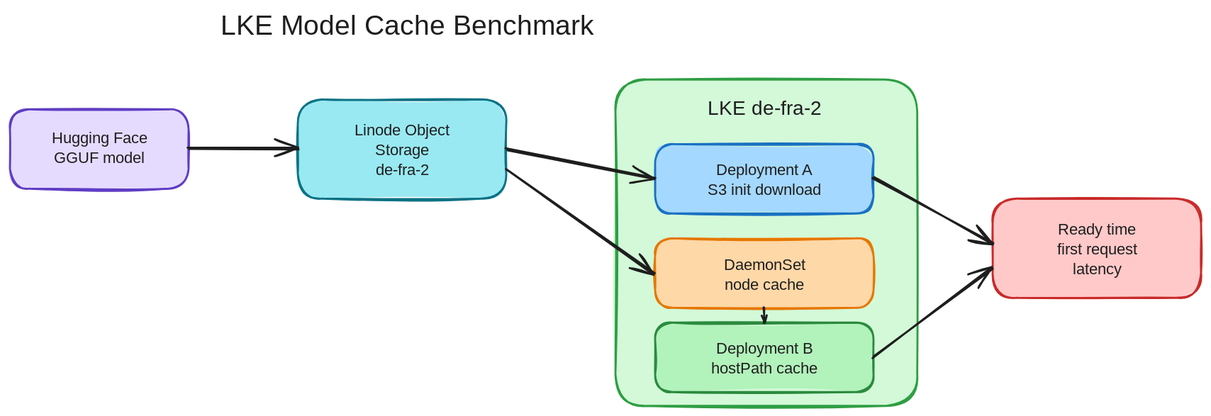
ram-pi/linode-playground keeps this Excalidraw diagram as lke-model-cache-benchmark/architecture.excalidraw.svg. Above is the earlier version. Source tidied: one line per element, renumbered; positions are measured from the earlier drawing's top-left corner, leaving out a move shared by most shapes.
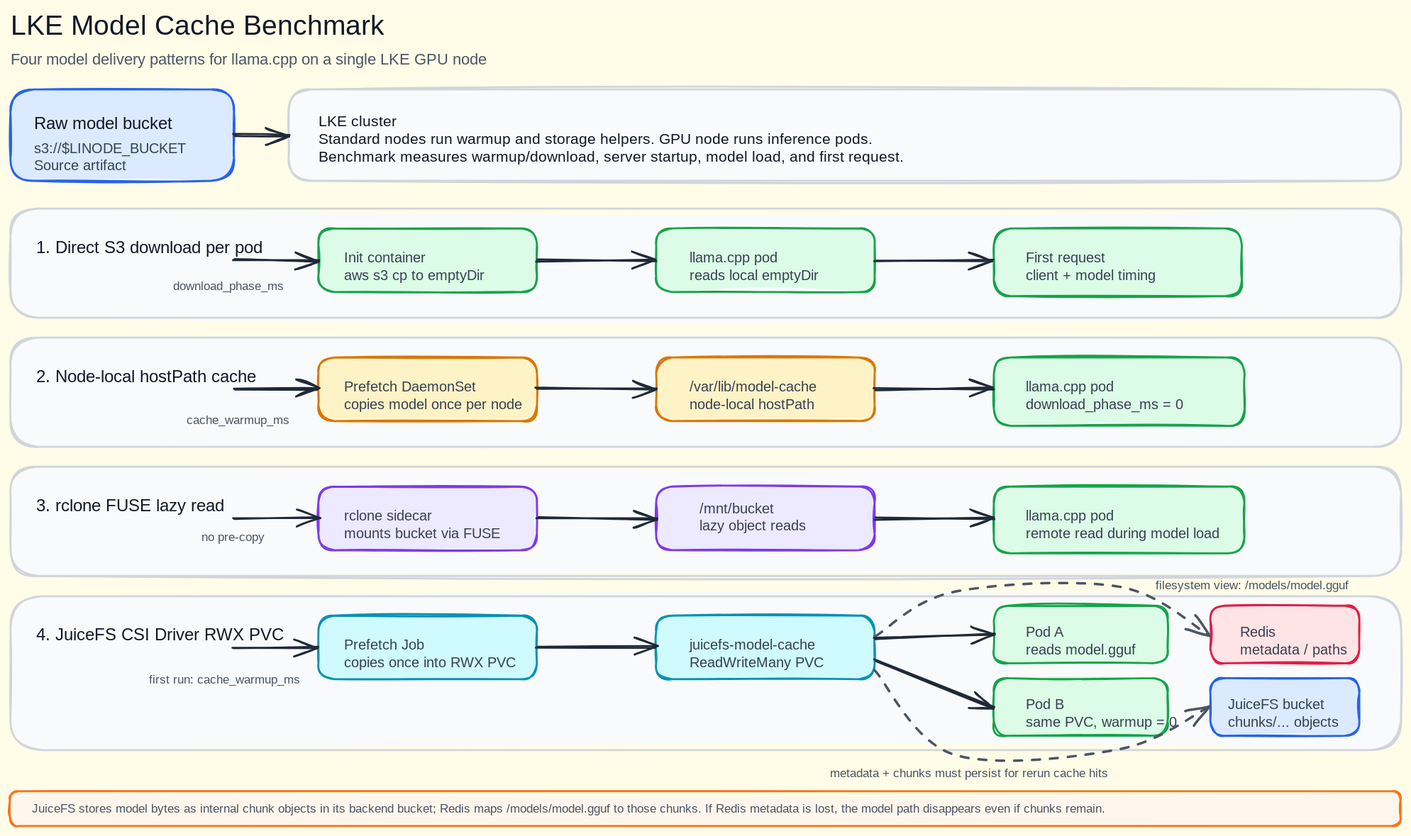
After the change.

Change to the diagram source:
```diff
@@ -1,21 +1,69 @@
-{"id": 0, "type": "text", "text": "LKE Model Cache Benchmark", "strokeColor": "#1e1e1e", "strokeWidth": 2, "roughness": 1, "fontSize": 28, "fontFamily": 5, "textAlign": "center", "x": 120, "y": 0, "width": 560, "height": 32}
+{"id": 0, "type": "text", "text": "LKE Model Cache Benchmark", "strokeColor": "#111827", "strokeWidth": 2, "roughness": 1, "fontSize": 28, "fontFamily": 5, "x": 0, "y": 15, "width": 508, "height": 35}
-{"id": 1, "type": "rectangle", "strokeColor": "#5f3dc4", "backgroundColor": "#e5dbff", "fillStyle": "solid", "strokeWidth": 2, "roughness": 1, "round": true, "x": 0, "y": 100, "width": 180, "height": 80}
-{"id": 2, "type": "text", "text": "Hugging Face\nGGUF model", "strokeColor": "#1e1e1e", "strokeWidth": 2, "roughness": 1, "fontSize": 16, "fontFamily": 5, "textAlign": "center", "verticalAlign": "middle", "x": 30, "y": 120, "width": 120, "height": 40}
-{"id": 3, "type": "rectangle", "strokeColor": "#0b7285", "backgroundColor": "#99e9f2", "fillStyle": "solid", "strokeWidth": 2, "roughness": 1, "round": true, "x": 290, "y": 90, "width": 210, "height": 100}
-{"id": 4, "type": "text", "text": "Linode Object\nStorage\nde-fra-2", "strokeColor": "#1e1e1e", "strokeWidth": 2, "roughness": 1, "fontSize": 16, "fontFamily": 5, "textAlign": "center", "verticalAlign": "middle", "x": 320, "y": 112, "width": 150, "height": 50}
-{"id": 5, "type": "rectangle", "strokeColor": "#2f9e44", "backgroundColor": "#d3f9d8", "fillStyle": "solid", "strokeWidth": 2, "roughness": 1, "round": true, "x": 610, "y": 70, "width": 304, "height": 329}
-{"id": 6, "type": "text", "text": "LKE de-fra-2", "strokeColor": "#1e1e1e", "strokeWidth": 2, "roughness": 1, "fontSize": 20, "fontFamily": 5, "textAlign": "center", "x": 680, "y": 88, "width": 160, "height": 24}
-{"id": 7, "type": "rectangle", "strokeColor": "#1971c2", "backgroundColor": "#a5d8ff", "fillStyle": "solid", "strokeWidth": 2, "roughness": 1, "round": true, "x": 650, "y": 135, "width": 220, "height": 70}
-{"id": 8, "type": "text", "text": "Deployment A\nS3 init download", "strokeColor": "#1e1e1e", "strokeWidth": 2, "roughness": 1, "fontSize": 16, "fontFamily": 5, "textAlign": "center", "verticalAlign": "middle", "x": 675, "y": 152, "width": 170, "height": 36}
-{"id": 9, "type": "rectangle", "strokeColor": "#e67700", "backgroundColor": "#ffd8a8", "fillStyle": "solid", "strokeWidth": 2, "roughness": 1, "round": true, "x": 650, "y": 230, "width": 220, "height": 70}
-{"id": 10, "type": "text", "text": "DaemonSet\nnode cache", "strokeColor": "#1e1e1e", "strokeWidth": 2, "roughness": 1, "fontSize": 16, "fontFamily": 5, "textAlign": "center", "verticalAlign": "middle", "x": 685, "y": 248, "width": 150, "height": 36}
-{"id": 11, "type": "rectangle", "strokeColor": "#2b8a3e", "backgroundColor": "#b2f2bb", "fillStyle": "solid", "strokeWidth": 2, "roughness": 1, "round": true, "x": 650, "y": 315, "width": 220, "height": 70}
-{"id": 12, "type": "text", "text": "Deployment B\nhostPath cache", "strokeColor": "#1e1e1e", "strokeWidth": 2, "roughness": 1, "fontSize": 16, "fontFamily": 5, "textAlign": "center", "verticalAlign": "middle", "x": 680, "y": 332, "width": 160, "height": 36}
-{"id": 13, "type": "rectangle", "strokeColor": "#c92a2a", "backgroundColor": "#ffc9c9", "fillStyle": "solid", "strokeWidth": 2, "roughness": 1, "round": true, "x": 990, "y": 190, "width": 210, "height": 100}
-{"id": 14, "type": "text", "text": "Ready time\nfirst request\nlatency", "strokeColor": "#1e1e1e", "strokeWidth": 2, "roughness": 1, "fontSize": 16, "fontFamily": 5, "textAlign": "center", "verticalAlign": "middle", "x": 1020, "y": 212, "width": 150, "height": 50}
+{"id": 21, "type": "text", "text": "Four model delivery patterns for llama.cpp on a single LKE GPU node", "strokeColor": "#4b5563", "strokeWidth": 2, "roughness": 1, "fontSize": 16, "fontFamily": 5, "x": 0, "y": 56, "width": 620, "height": 20}
+{"id": 22, "type": "rectangle", "strokeColor": "#2563eb", "backgroundColor": "#dbeafe", "fillStyle": "solid", "strokeWidth": 2, "roughness": 1, "round": true, "x": 0, "y": 95, "width": 225, "height": 92}
+{"id": 23, "type": "text", "text": "Raw model bucket", "strokeColor": "#111827", "strokeWidth": 2, "roughness": 1, "fontSize": 17, "fontFamily": 5, "x": 24, "y": 120, "width": 147, "height": 21}
+{"id": 24, "type": "text", "text": "s3://$LINODE_BUCKET\nSource artifact", "strokeColor": "#374151", "strokeWidth": 2, "roughness": 1, "fontSize": 14, "fontFamily": 5, "x": 24, "y": 147, "width": 168, "height": 35}
+{"id": 25, "type": "rectangle", "strokeColor": "#d1d5db", "backgroundColor": "#f9fafb", "fillStyle": "solid", "strokeWidth": 2, "roughness": 1, "round": true, "x": 280, "y": 95, "width": 1120, "height": 92}
+{"id": 26, "type": "text", "text": "LKE cluster\nStandard nodes run warmup and storage helpers. GPU node runs inference pods.\nBenchmark measures warmup/download, server startup, model load, and first request.", "strokeColor": "#111827", "strokeWidth": 2, "roughness": 1, "fontSize": 15, "fontFamily": 5, "x": 310, "y": 119, "width": 807, "height": 54}
+{"id": 27, "type": "arrow", "strokeColor": "#1f2937", "strokeWidth": 2, "roughness": 1, "endArrowhead": "arrow", "round": true, "x": 225, "y": 141, "width": 55, "height": 0, "points": [[0, 0], [55, 0]]}
+{"id": 28, "type": "rectangle", "strokeColor": "#d1d5db", "backgroundColor": "#f9fafb", "fillStyle": "solid", "strokeWidth": 2, "roughness": 1, "round": true, "x": 0, "y": 215, "width": 1400, "height": 110}
+{"id": 29, "type": "text", "text": "1. Direct S3 download per pod", "strokeColor": "#111827", "strokeWidth": 2, "roughness": 1, "fontSize": 17, "fontFamily": 5, "x": 26, "y": 245, "width": 260, "height": 22}
+{"id": 30, "type": "rectangle", "strokeColor": "#16a34a", "backgroundColor": "#dcfce7", "fillStyle": "solid", "strokeWidth": 2, "roughness": 1, "round": true, "x": 310, "y": 235, "width": 220, "height": 64}
+{"id": 31, "type": "text", "text": "Init container\naws s3 cp to emptyDir", "strokeColor": "#374151", "strokeWidth": 2, "roughness": 1, "fontSize": 14, "fontFamily": 5, "x": 336, "y": 257, "width": 154, "height": 36}
+{"id": 32, "type": "rectangle", "strokeColor": "#16a34a", "backgroundColor": "#dcfce7", "fillStyle": "solid", "strokeWidth": 2, "roughness": 1, "round": true, "x": 650, "y": 235, "width": 220, "height": 64}
+{"id": 33, "type": "text", "text": "llama.cpp pod\nreads local emptyDir", "strokeColor": "#374151", "strokeWidth": 2, "roughness": 1, "fontSize": 14, "fontFamily": 5, "x": 684, "y": 257, "width": 132, "height": 36}
+{"id": 34, "type": "rectangle", "strokeColor": "#16a34a", "backgroundColor": "#dcfce7", "fillStyle": "solid", "strokeWidth": 2, "roughness": 1, "round": true, "x": 990, "y": 235, "width": 250, "height": 68}
+{"id": 35, "type": "text", "text": "First request\nclient + model timing", "strokeColor": "#374151", "strokeWidth": 2, "roughness": 1, "fontSize": 14, "fontFamily": 5, "x": 1022, "y": 257, "width": 137, "height": 35}
+{"id": 36, "type": "rectangle", "strokeColor": "#d1d5db", "backgroundColor": "#f9fafb", "fillStyle": "solid", "strokeWidth": 2, "roughness": 1, "round": true, "x": 0, "y": 345, "width": 1400, "height": 110}
+{"id": 37, "type": "text", "text": "2. Node-local hostPath cache", "strokeColor": "#111827", "strokeWidth": 2, "roughness": 1, "fontSize": 17, "fontFamily": 5, "x": 26, "y": 375, "width": 255, "height": 22}
+{"id": 38, "type": "rectangle", "strokeColor": "#d97706", "backgroundColor": "#fef3c7", "fillStyle": "solid", "strokeWidth": 2, "roughness": 1, "round": true, "x": 310, "y": 365, "width": 220, "height": 64}
+{"id": 39, "type": "text", "text": "Prefetch DaemonSet\ncopies model once per node", "strokeColor": "#374151", "strokeWidth": 2, "roughness": 1, "fontSize": 14, "fontFamily": 5, "x": 336, "y": 387, "width": 166, "height": 36}
+{"id": 40, "type": "rectangle", "strokeColor": "#d97706", "backgroundColor": "#fef3c7", "fillStyle": "solid", "strokeWidth": 2, "roughness": 1, "round": true, "x": 650, "y": 365, "width": 220, "height": 64}
+{"id": 41, "type": "text", "text": "/var/lib/model-cache\nnode-local hostPath", "strokeColor": "#374151", "strokeWidth": 2, "roughness": 1, "fontSize": 14, "fontFamily": 5, "x": 684, "y": 387, "width": 146, "height": 36}
+{"id": 42, "type": "rectangle", "strokeColor": "#16a34a", "backgroundColor": "#dcfce7", "fillStyle": "solid", "strokeWidth": 2, "roughness": 1, "round": true, "x": 990, "y": 365, "width": 253, "height": 69}
+{"id": 43, "type": "text", "text": "llama.cpp pod\ndownload_phase_ms = 0", "strokeColor": "#374151", "strokeWidth": 2, "roughness": 1, "fontSize": 14, "fontFamily": 5, "x": 1022, "y": 387, "width": 164, "height": 35}
+{"id": 44, "type": "rectangle", "strokeColor": "#d1d5db", "backgroundColor": "#f9fafb", "fillStyle": "solid", "strokeWidth": 2, "roughness": 1, "round": true, "x": 0, "y": 475, "width": 1400, "height": 110}
+{"id": 45, "type": "text", "text": "3. rclone FUSE lazy read", "strokeColor": "#111827", "strokeWidth": 2, "roughness": 1, "fontSize": 17, "fontFamily": 5, "x": 26, "y": 505, "width": 214, "height": 22}
+{"id": 46, "type": "rectangle", "strokeColor": "#7c3aed", "backgroundColor": "#ede9fe", "fillStyle": "solid", "strokeWidth": 2, "roughness": 1, "round": true, "x": 310, "y": 495, "width": 220, "height": 64}
+{"id": 47, "type": "text", "text": "rclone sidecar\nmounts bucket via FUSE", "strokeColor": "#374151", "strokeWidth": 2, "roughness": 1, "fontSize": 14, "fontFamily": 5, "x": 336, "y": 517, "width": 167, "height": 35}
+{"id": 48, "type": "rectangle", "strokeColor": "#7c3aed", "backgroundColor": "#ede9fe", "fillStyle": "solid", "strokeWidth": 2, "roughness": 1, "round": true, "x": 650, "y": 495, "width": 220, "height": 64}
+{"id": 49, "type": "text", "text": "/mnt/bucket\nlazy object reads", "strokeColor": "#374151", "strokeWidth": 2, "roughness": 1, "fontSize": 14, "fontFamily": 5, "x": 694, "y": 509, "width": 113, "height": 36}
+{"id": 50, "type": "rectangle", "strokeColor": "#16a34a", "backgroundColor": "#dcfce7", "fillStyle": "solid", "strokeWidth": 2, "roughness": 1, "round": true, "x": 990, "y": 495, "width": 252, "height": 67}
+{"id": 51, "type": "text", "text": "llama.cpp pod\nremote read during model load", "strokeColor": "#374151", "strokeWidth": 2, "roughness": 1, "fontSize": 14, "fontFamily": 5, "x": 1022, "y": 517, "width": 204, "height": 35}
+{"id": 52, "type": "rectangle", "strokeColor": "#d1d5db", "backgroundColor": "#f9fafb", "fillStyle": "solid", "strokeWidth": 2, "roughness": 1, "round": true, "x": 0, "y": 605, "width": 1400, "height": 155}
+{"id": 53, "type": "text", "text": "4. JuiceFS CSI Driver RWX PVC", "strokeColor": "#111827", "strokeWidth": 2, "roughness": 1, "fontSize": 17, "fontFamily": 5, "x": 26, "y": 635, "width": 282, "height": 22}
+{"id": 54, "type": "rectangle", "strokeColor": "#0891b2", "backgroundColor": "#cffafe", "fillStyle": "solid", "strokeWidth": 2, "roughness": 1, "round": true, "x": 310, "y": 625, "width": 220, "height": 64}
+{"id": 55, "type": "text", "text": "Prefetch Job\ncopies once into RWX PVC", "strokeColor": "#374151", "strokeWidth": 2, "roughness": 1, "fontSize": 14, "fontFamily": 5, "x": 336, "y": 647, "width": 170, "height": 36}
+{"id": 56, "type": "rectangle", "strokeColor": "#0891b2", "backgroundColor": "#cffafe", "fillStyle": "solid", "strokeWidth": 2, "roughness": 1, "round": true, "x": 650, "y": 625, "width": 220, "height": 64}
+{"id": 57, "type": "text", "text": "juicefs-model-cache\nReadWriteMany PVC", "strokeColor": "#374151", "strokeWidth": 2, "roughness": 1, "fontSize": 14, "fontFamily": 5, "x": 684, "y": 647, "width": 148, "height": 36}
+{"id": 58, "type": "rectangle", "strokeColor": "#16a34a", "backgroundColor": "#dcfce7", "fillStyle": "solid", "strokeWidth": 2, "roughness": 1, "round": true, "x": 990, "y": 615, "width": 175, "height": 58}
+{"id": 59, "type": "text", "text": "Pod A\nreads model.gguf", "strokeColor": "#374151", "strokeWidth": 2, "roughness": 1, "fontSize": 14, "fontFamily": 5, "x": 1022, "y": 634, "width": 104, "height": 35}
+{"id": 60, "type": "rectangle", "strokeColor": "#16a34a", "backgroundColor": "#dcfce7", "fillStyle": "solid", "strokeWidth": 2, "roughness": 1, "round": true, "x": 990, "y": 688, "width": 175, "height": 58}
+{"id": 61, "type": "text", "text": "Pod B\nsame PVC, warmup = 0", "strokeColor": "#374151", "strokeWidth": 2, "roughness": 1, "fontSize": 14, "fontFamily": 5, "x": 1022, "y": 707, "width": 120, "height": 35}
+{"id": 62, "type": "rectangle", "strokeColor": "#e11d48", "backgroundColor": "#ffe4e6", "fillStyle": "solid", "strokeWidth": 2, "roughness": 1, "round": true, "x": 1208, "y": 615, "width": 150, "height": 58}
+{"id": 63, "type": "text", "text": "Redis\nmetadata / paths", "strokeColor": "#374151", "strokeWidth": 2, "roughness": 1, "fontSize": 14, "fontFamily": 5, "x": 1238, "y": 634, "width": 98, "height": 35}
+{"id": 64, "type": "rectangle", "strokeColor": "#2563eb", "backgroundColor": "#dbeafe", "fillStyle": "solid", "strokeWidth": 2, "roughness": 1, "round": true, "x": 1208, "y": 688, "width": 150, "height": 58}
+{"id": 65, "type": "text", "text": "JuiceFS bucket\nchunks/... objects", "strokeColor": "#374151", "strokeWidth": 2, "roughness": 1, "fontSize": 14, "fontFamily": 5, "x": 1226, "y": 707, "width": 118, "height": 35}
+{"id": 66, "type": "rectangle", "strokeColor": "#f97316", "backgroundColor": "#fff7ed", "fillStyle": "solid", "strokeWidth": 2, "roughness": 1, "round": true, "x": -1, "y": 802, "width": 1400, "height": 35}
+{"id": 67, "type": "text", "text": "JuiceFS stores model bytes as internal chunk objects in its backend bucket; Redis maps /models/model.gguf to those chunks. If Redis metadata is lost, the model path disappears even if chunks remain.", "strokeColor": "#4b5563", "strokeWidth": 2, "roughness": 1, "fontSize": 12, "fontFamily": 5, "x": 21, "y": 813, "width": 1184, "height": 15}
-{"id": 15, "type": "arrow", "strokeColor": "#1e1e1e", "strokeWidth": 2, "roughness": 1, "endArrowhead": "arrow", "round": true, "x": 180, "y": 140, "width": 110, "height": 0, "points": [[0, 0], [110, 0]]}
+{"id": 15, "type": "arrow", "strokeColor": "#1f2937", "strokeWidth": 2, "roughness": 1, "endArrowhead": "arrow", "round": true, "x": 225, "y": 267, "width": 85, "height": 0, "points": [[0, 0], [85, 0]]}
-{"id": 16, "type": "arrow", "strokeColor": "#1e1e1e", "strokeWidth": 2, "roughness": 1, "endArrowhead": "arrow", "round": true, "x": 500, "y": 140, "width": 150, "height": 30, "points": [[0, 0], [150, 30]]}
+{"id": 16, "type": "arrow", "strokeColor": "#1f2937", "strokeWidth": 2, "roughness": 1, "endArrowhead": "arrow", "round": true, "x": 530, "y": 267, "width": 120, "height": 0, "points": [[0, 0], [120, 0]]}
-{"id": 17, "type": "arrow", "strokeColor": "#1e1e1e", "strokeWidth": 2, "roughness": 1, "endArrowhead": "arrow", "round": true, "x": 500, "y": 160, "width": 150, "height": 105, "points": [[0, 0], [150, 105]]}
+{"id": 17, "type": "arrow", "strokeColor": "#1f2937", "strokeWidth": 2, "roughness": 1, "endArrowhead": "arrow", "round": true, "x": 870, "y": 267, "width": 120, "height": 0, "points": [[0, 0], [120, 0]]}
-{"id": 18, "type": "arrow", "strokeColor": "#1e1e1e", "strokeWidth": 2, "roughness": 1, "endArrowhead": "arrow", "round": true, "x": 760, "y": 300, "width": 0, "height": 15, "points": [[0, 0], [0, 15]]}
+{"id": 18, "type": "arrow", "strokeColor": "#1f2937", "strokeWidth": 2, "roughness": 1, "endArrowhead": "arrow", "round": true, "x": 225, "y": 397, "width": 85, "height": 0, "points": [[0, 0], [85, 0]]}
-{"id": 19, "type": "arrow", "strokeColor": "#1e1e1e", "strokeWidth": 2, "roughness": 1, "endArrowhead": "arrow", "round": true, "x": 870, "y": 170, "width": 120, "height": 65, "points": [[0, 0], [120, 65]]}
+{"id": 19, "type": "arrow", "strokeColor": "#1f2937", "strokeWidth": 2, "roughness": 1, "endArrowhead": "arrow", "round": true, "x": 530, "y": 397, "width": 120, "height": 0, "points": [[0, 0], [120, 0]]}
-{"id": 20, "type": "arrow", "strokeColor": "#1e1e1e", "strokeWidth": 2, "roughness": 1, "endArrowhead": "arrow", "round": true, "x": 870, "y": 350, "width": 120, "height": 90, "points": [[0, 0], [120, -90]]}
+{"id": 20, "type": "arrow", "strokeColor": "#1f2937", "strokeWidth": 2, "roughness": 1, "endArrowhead": "arrow", "round": true, "x": 870, "y": 397, "width": 120, "height": 0, "points": [[0, 0], [120, 0]]}
+{"id": 68, "type": "arrow", "strokeColor": "#1f2937", "strokeWidth": 2, "roughness": 1, "endArrowhead": "arrow", "round": true, "x": 225, "y": 527, "width": 85, "height": 0, "points": [[0, 0], [85, 0]]}
+{"id": 69, "type": "arrow", "strokeColor": "#1f2937", "strokeWidth": 2, "roughness": 1, "endArrowhead": "arrow", "round": true, "x": 530, "y": 527, "width": 120, "height": 0, "points": [[0, 0], [120, 0]]}
+{"id": 70, "type": "arrow", "strokeColor": "#1f2937", "strokeWidth": 2, "roughness": 1, "endArrowhead": "arrow", "round": true, "x": 870, "y": 527, "width": 120, "height": 0, "points": [[0, 0], [120, 0]]}
+{"id": 71, "type": "arrow", "strokeColor": "#1f2937", "strokeWidth": 2, "roughness": 1, "endArrowhead": "arrow", "round": true, "x": 225, "y": 657, "width": 85, "height": 0, "points": [[0, 0], [85, 0]]}
+{"id": 72, "type": "arrow", "strokeColor": "#1f2937", "strokeWidth": 2, "roughness": 1, "endArrowhead": "arrow", "round": true, "x": 530, "y": 657, "width": 120, "height": 0, "points": [[0, 0], [120, 0]]}
+{"id": 73, "type": "arrow", "strokeColor": "#1f2937", "strokeWidth": 2, "roughness": 1, "endArrowhead": "arrow", "round": true, "x": 870, "y": 649, "width": 120, "height": 5, "points": [[0, 0], [120, -5]]}
+{"id": 74, "type": "arrow", "strokeColor": "#1f2937", "strokeWidth": 2, "roughness": 1, "endArrowhead": "arrow", "round": true, "x": 870, "y": 670, "width": 120, "height": 47, "points": [[0, 0], [120, 47]]}
+{"id": 75, "type": "arrow", "strokeColor": "#4b5563", "strokeWidth": 2, "strokeStyle": "dashed", "roughness": 1, "endArrowhead": "arrow", "round": true, "x": 870, "y": 645, "width": 338, "height": 48, "points": [[0, 0], [80, -45], [245, -48], [338, -1]]}
+{"id": 76, "type": "arrow", "strokeColor": "#4b5563", "strokeWidth": 2, "strokeStyle": "dashed", "roughness": 1, "endArrowhead": "arrow", "round": true, "x": 870, "y": 680, "width": 338, "height": 85, "points": [[0, 0], [80, 85], [245, 80], [338, 37]]}
+{"id": 77, "type": "text", "text": "download_phase_ms", "strokeColor": "#4b5563", "strokeWidth": 2, "roughness": 1, "fontSize": 12, "fontFamily": 5, "x": 164, "y": 287, "width": 120, "height": 15}
+{"id": 78, "type": "text", "text": "cache_warmup_ms", "strokeColor": "#4b5563", "strokeWidth": 2, "roughness": 1, "fontSize": 12, "fontFamily": 5, "x": 177, "y": 421, "width": 104, "height": 15}
+{"id": 79, "type": "text", "text": "no pre-copy", "strokeColor": "#4b5563", "strokeWidth": 2, "roughness": 1, "fontSize": 12, "fontFamily": 5, "x": 192, "y": 539, "width": 70, "height": 15}
+{"id": 80, "type": "text", "text": "first run: cache_warmup_ms", "strokeColor": "#4b5563", "strokeWidth": 2, "roughness": 1, "fontSize": 12, "fontFamily": 5, "x": 140, "y": 683, "width": 161, "height": 15}
+{"id": 81, "type": "text", "text": "filesystem view: /models/model.gguf", "strokeColor": "#4b5563", "strokeWidth": 2, "roughness": 1, "fontSize": 12, "fontFamily": 5, "x": 1153, "y": 588, "width": 236, "height": 15}
+{"id": 82, "type": "text", "text": "metadata + chunks must persist for rerun cache hits", "strokeColor": "#4b5563", "strokeWidth": 2, "roughness": 1, "fontSize": 12, "fontFamily": 5, "x": 825, "y": 777, "width": 335, "height": 15}
```
